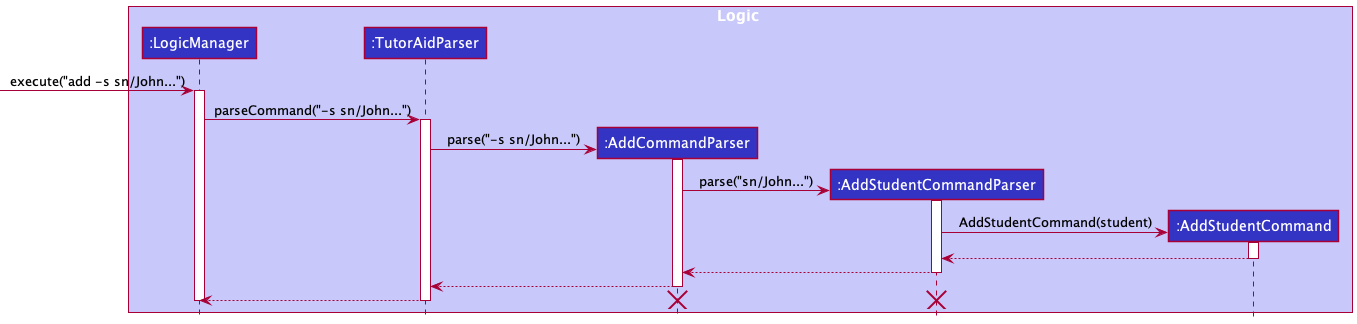
Earlier version of the PlantUML export docs/images/ParseAddStudentCommandSequenceDiagram.png (nus-cs2103-AY2122S1/tp).
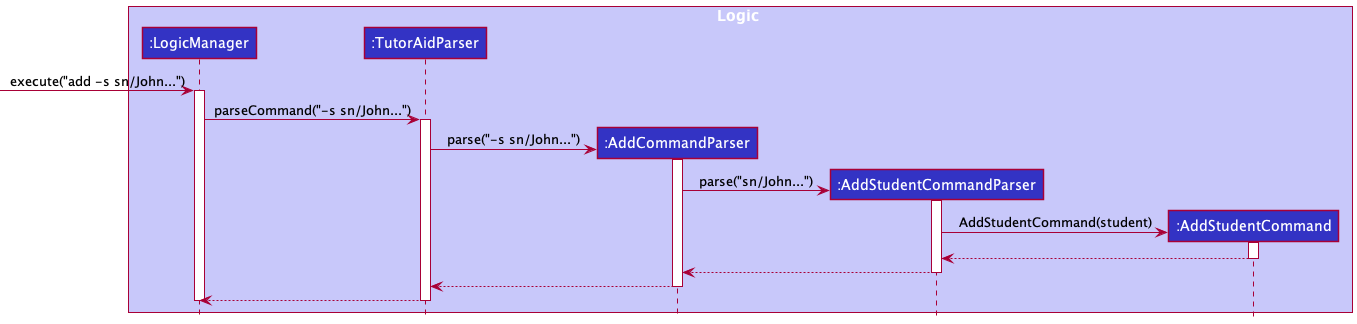
After the commit.

Change to the diagram source:
```diff
@@ -41,8 +41,4 @@
 
 deactivate LogicManager
 
-destroy AddStudentCommandParser
-
-destroy AddCommandParser
-
 @enduml
```
